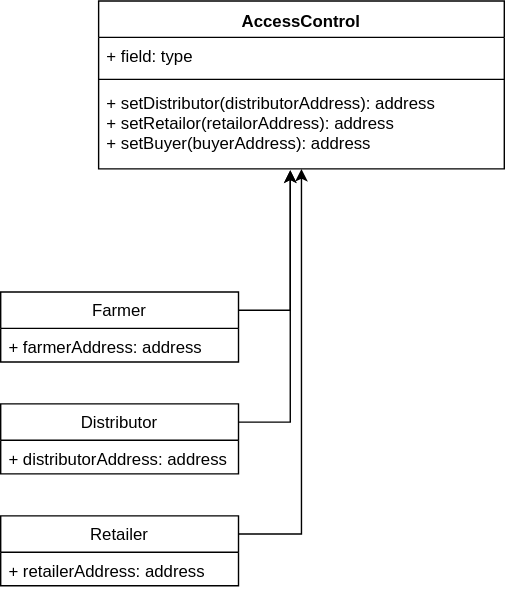
carltonj2000/coffee-supplychain-dapp keeps this draw.io diagram as images/CoffeeClass2.svg. Above is the earlier version. Source tidied: cells renumbered, new cells last; positions are measured from the earlier drawing's top-left corner, leaving out a move shared by most shapes. Source of this version:
```xml
<mxGraphModel background="#ffffff">
  <root>
    <mxCell id="0" />
    <mxCell id="1" parent="0" />
    <mxCell id="2" value="AccessControl" style="swimlane;fontStyle=1;align=center;verticalAlign=top;horizontal=1;startSize=26;" parent="1" vertex="1">
      <mxGeometry x="70" width="290" height="120" as="geometry" />
    </mxCell>
    <mxCell id="3" value="+ field: type" style="text;strokeColor=none;fillColor=none;align=left;verticalAlign=top;spacingLeft=4;spacingRight=4;overflow=hidden;" parent="2" vertex="1">
      <mxGeometry y="26" width="290" height="26" as="geometry" />
    </mxCell>
    <mxCell id="4" style="line;strokeWidth=1;fillColor=none;align=left;verticalAlign=middle;spacingTop=-1;spacingLeft=3;spacingRight=3;labelPosition=right;" parent="2" vertex="1">
      <mxGeometry y="52" width="290" height="8" as="geometry" />
    </mxCell>
    <mxCell id="5" value="+ setDistributor(distributorAddress): address&#10;+ setRetailor(retailorAddress): address&#10;+ setBuyer(buyerAddress): address&#10;" style="text;strokeColor=none;fillColor=none;align=left;verticalAlign=top;spacingLeft=4;spacingRight=4;overflow=hidden;points=[[0,0.5],[1,0.5]];portConstraint=eastwest;" parent="2" vertex="1">
      <mxGeometry y="60" width="290" height="60" as="geometry" />
    </mxCell>
    <mxCell id="6" style="edgeStyle=orthogonalEdgeStyle;rounded=0;html=1;exitX=1;exitY=0.25;exitDx=0;exitDy=0;jettySize=auto;entryX=0.472;entryY=1.017;entryDx=0;entryDy=0;entryPerimeter=0;" parent="1" edge="1" source="7" target="5">
      <mxGeometry relative="1" as="geometry" />
    </mxCell>
    <mxCell id="7" value="Farmer" style="swimlane;fontStyle=0;horizontal=1;startSize=26;fillColor=none;" parent="1" vertex="1">
      <mxGeometry y="208" width="170" height="50" as="geometry" />
    </mxCell>
    <mxCell id="8" value="+ farmerAddress: address" style="text;strokeColor=none;fillColor=none;align=left;verticalAlign=top;spacingLeft=4;spacingRight=4;overflow=hidden;" parent="7" vertex="1">
      <mxGeometry y="26" width="170" height="24" as="geometry" />
    </mxCell>
    <mxCell id="9" style="edgeStyle=orthogonalEdgeStyle;rounded=0;html=1;exitX=1;exitY=0.25;exitDx=0;exitDy=0;entryX=0.472;entryY=1.017;entryDx=0;entryDy=0;entryPerimeter=0;jettySize=auto;" parent="1" edge="1" source="10" target="5">
      <mxGeometry relative="1" as="geometry" />
    </mxCell>
    <mxCell id="10" value="Distributor" style="swimlane;fontStyle=0;horizontal=1;startSize=26;fillColor=none;" parent="1" vertex="1">
      <mxGeometry y="288" width="170" height="50" as="geometry" />
    </mxCell>
    <mxCell id="11" value="+ distributorAddress: address" style="text;strokeColor=none;fillColor=none;align=left;verticalAlign=top;spacingLeft=4;spacingRight=4;overflow=hidden;" parent="10" vertex="1">
      <mxGeometry y="26" width="170" height="24" as="geometry" />
    </mxCell>
    <mxCell id="12" style="edgeStyle=orthogonalEdgeStyle;rounded=0;html=1;exitX=1;exitY=0.25;exitDx=0;exitDy=0;entryX=0.5;entryY=1;entryDx=0;entryDy=0;jettySize=auto;" parent="1" edge="1" source="13" target="2">
      <mxGeometry relative="1" as="geometry" />
    </mxCell>
    <mxCell id="13" value="Retailer" style="swimlane;fontStyle=0;horizontal=1;startSize=26;fillColor=none;" parent="1" vertex="1">
      <mxGeometry y="368" width="170" height="50" as="geometry" />
    </mxCell>
    <mxCell id="14" value="+ retailerAddress: address" style="text;strokeColor=none;fillColor=none;align=left;verticalAlign=top;spacingLeft=4;spacingRight=4;overflow=hidden;" parent="13" vertex="1">
      <mxGeometry y="26" width="170" height="24" as="geometry" />
    </mxCell>
  </root>
</mxGraphModel>
```
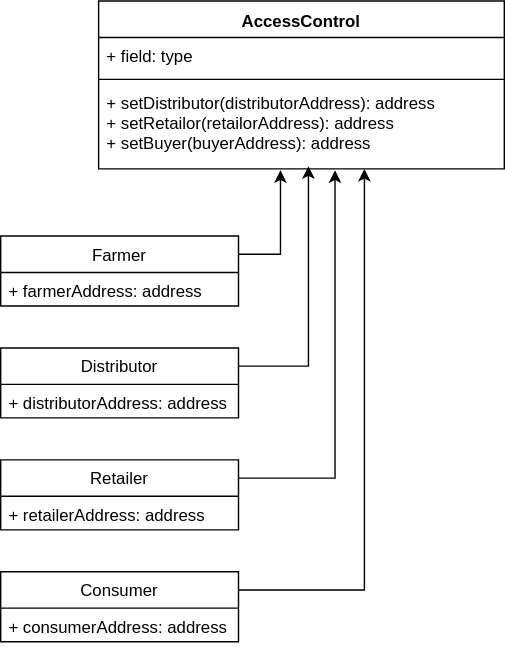
Above is the later version.

Change to the diagram source:
```diff
@@ -3,7 +3,7 @@
     <mxCell id="0" />
     <mxCell id="1" parent="0" />
     <mxCell id="2" value="AccessControl" style="swimlane;fontStyle=1;align=center;verticalAlign=top;horizontal=1;startSize=26;" parent="1" vertex="1">
-      <mxGeometry x="70" width="290" height="120" as="geometry" />
+      <mxGeometry x="70" y="40" width="290" height="120" as="geometry" />
     </mxCell>
     <mxCell id="3" value="+ field: type" style="text;strokeColor=none;fillColor=none;align=left;verticalAlign=top;spacingLeft=4;spacingRight=4;overflow=hidden;" parent="2" vertex="1">
       <mxGeometry y="26" width="290" height="26" as="geometry" />
@@ -14,8 +14,14 @@
     <mxCell id="5" value="+ setDistributor(distributorAddress): address&#10;+ setRetailor(retailorAddress): address&#10;+ setBuyer(buyerAddress): address&#10;" style="text;strokeColor=none;fillColor=none;align=left;verticalAlign=top;spacingLeft=4;spacingRight=4;overflow=hidden;points=[[0,0.5],[1,0.5]];portConstraint=eastwest;" parent="2" vertex="1">
       <mxGeometry y="60" width="290" height="60" as="geometry" />
     </mxCell>
-    <mxCell id="6" style="edgeStyle=orthogonalEdgeStyle;rounded=0;html=1;exitX=1;exitY=0.25;exitDx=0;exitDy=0;jettySize=auto;entryX=0.472;entryY=1.017;entryDx=0;entryDy=0;entryPerimeter=0;" parent="1" edge="1" source="7" target="5">
-      <mxGeometry relative="1" as="geometry" />
+    <mxCell id="6" style="edgeStyle=orthogonalEdgeStyle;rounded=0;html=1;exitX=1;exitY=0.25;exitDx=0;exitDy=0;jettySize=auto;" parent="1" edge="1" source="7">
+      <mxGeometry relative="1" as="geometry">
+        <mxPoint x="200" y="161" as="targetPoint" />
+        <Array as="points">
+          <mxPoint x="200" y="221" />
+          <mxPoint x="200" y="161" />
+        </Array>
+      </mxGeometry>
     </mxCell>
     <mxCell id="7" value="Farmer" style="swimlane;fontStyle=0;horizontal=1;startSize=26;fillColor=none;" parent="1" vertex="1">
       <mxGeometry y="208" width="170" height="50" as="geometry" />
@@ -23,8 +29,12 @@
     <mxCell id="8" value="+ farmerAddress: address" style="text;strokeColor=none;fillColor=none;align=left;verticalAlign=top;spacingLeft=4;spacingRight=4;overflow=hidden;" parent="7" vertex="1">
       <mxGeometry y="26" width="170" height="24" as="geometry" />
     </mxCell>
-    <mxCell id="9" style="edgeStyle=orthogonalEdgeStyle;rounded=0;html=1;exitX=1;exitY=0.25;exitDx=0;exitDy=0;entryX=0.472;entryY=1.017;entryDx=0;entryDy=0;entryPerimeter=0;jettySize=auto;" parent="1" edge="1" source="10" target="5">
-      <mxGeometry relative="1" as="geometry" />
+    <mxCell id="9" style="edgeStyle=orthogonalEdgeStyle;rounded=0;html=1;exitX=1;exitY=0.25;exitDx=0;exitDy=0;jettySize=auto;entryX=0.517;entryY=0.967;entryDx=0;entryDy=0;entryPerimeter=0;" parent="1" edge="1" source="10" target="5">
+      <mxGeometry relative="1" as="geometry">
+        <Array as="points">
+          <mxPoint x="220" y="301" />
+        </Array>
+      </mxGeometry>
     </mxCell>
     <mxCell id="10" value="Distributor" style="swimlane;fontStyle=0;horizontal=1;startSize=26;fillColor=none;" parent="1" vertex="1">
       <mxGeometry y="288" width="170" height="50" as="geometry" />
@@ -32,8 +42,12 @@
     <mxCell id="11" value="+ distributorAddress: address" style="text;strokeColor=none;fillColor=none;align=left;verticalAlign=top;spacingLeft=4;spacingRight=4;overflow=hidden;" parent="10" vertex="1">
       <mxGeometry y="26" width="170" height="24" as="geometry" />
     </mxCell>
-    <mxCell id="12" style="edgeStyle=orthogonalEdgeStyle;rounded=0;html=1;exitX=1;exitY=0.25;exitDx=0;exitDy=0;entryX=0.5;entryY=1;entryDx=0;entryDy=0;jettySize=auto;" parent="1" edge="1" source="13" target="2">
-      <mxGeometry relative="1" as="geometry" />
+    <mxCell id="12" style="edgeStyle=orthogonalEdgeStyle;rounded=0;html=1;exitX=1;exitY=0.25;exitDx=0;exitDy=0;jettySize=auto;entryX=0.583;entryY=1.017;entryDx=0;entryDy=0;entryPerimeter=0;" parent="1" edge="1" source="13" target="5">
+      <mxGeometry relative="1" as="geometry">
+        <Array as="points">
+          <mxPoint x="239" y="381" />
+        </Array>
+      </mxGeometry>
     </mxCell>
     <mxCell id="13" value="Retailer" style="swimlane;fontStyle=0;horizontal=1;startSize=26;fillColor=none;" parent="1" vertex="1">
       <mxGeometry y="368" width="170" height="50" as="geometry" />
@@ -41,5 +55,20 @@
     <mxCell id="14" value="+ retailerAddress: address" style="text;strokeColor=none;fillColor=none;align=left;verticalAlign=top;spacingLeft=4;spacingRight=4;overflow=hidden;" parent="13" vertex="1">
       <mxGeometry y="26" width="170" height="24" as="geometry" />
     </mxCell>
+    <mxCell id="15" style="edgeStyle=orthogonalEdgeStyle;rounded=0;html=1;exitX=1;exitY=0.25;exitDx=0;exitDy=0;jettySize=auto;" parent="1" edge="1" source="16">
+      <mxGeometry relative="1" as="geometry">
+        <mxPoint x="260" y="160" as="targetPoint" />
+        <Array as="points">
+          <mxPoint x="260" y="461" />
+          <mxPoint x="260" y="160" />
+        </Array>
+      </mxGeometry>
+    </mxCell>
+    <mxCell id="16" value="Consumer" style="swimlane;fontStyle=0;horizontal=1;startSize=26;fillColor=none;" parent="1" vertex="1">
+      <mxGeometry y="448" width="170" height="50" as="geometry" />
+    </mxCell>
+    <mxCell id="17" value="+ consumerAddress: address" style="text;strokeColor=none;fillColor=none;align=left;verticalAlign=top;spacingLeft=4;spacingRight=4;overflow=hidden;" parent="16" vertex="1">
+      <mxGeometry y="26" width="170" height="24" as="geometry" />
+    </mxCell>
   </root>
 </mxGraphModel>
```
